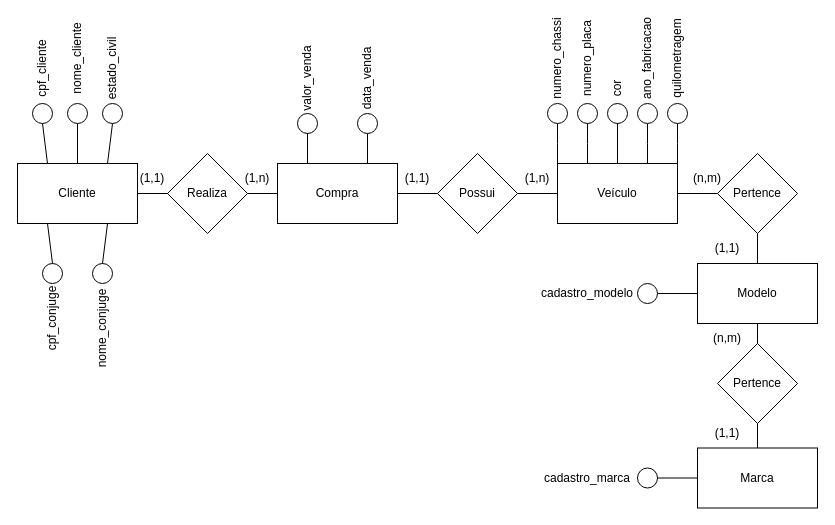
Earlier version of the draw.io diagram Lista2_04-04/Ex1.drawio (andreeeeeeeee/Engenharia_Software). Source tidied: cells renumbered, new cells numbered last; positions are measured from the earlier drawing's top-left corner, leaving out a move shared by most shapes. Both pictures are drawn from the tidied source at 100%, with x=0, y=0 at pixel (12, 43).
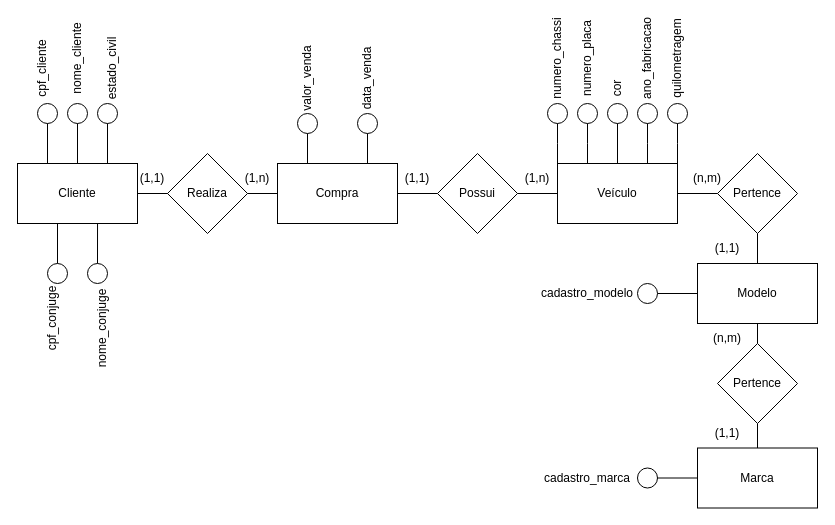
The same page after the edit.

The change refers to these unchanged cells:
```xml
<mxCell id="10" value="Cliente" style="rounded=0;whiteSpace=wrap;html=1;" parent="1" vertex="1">
  <mxGeometry x="5" y="120" width="120" height="60" as="geometry" />
</mxCell>
```

What changed in the source:
```diff
@@
     <mxCell id="46" style="ellipse;whiteSpace=wrap;html=1;" parent="1" vertex="1">
-      <mxGeometry x="20" y="60" width="20" height="20" as="geometry" />
+      <mxGeometry x="25" y="60" width="20" height="20" as="geometry" />
     </mxCell>
@@
     <mxCell id="48" style="ellipse;whiteSpace=wrap;html=1;" parent="1" vertex="1">
-      <mxGeometry x="90" y="60" width="20" height="20" as="geometry" />
+      <mxGeometry x="85" y="60" width="20" height="20" as="geometry" />
     </mxCell>
     <mxCell id="49" style="ellipse;whiteSpace=wrap;html=1;" parent="1" vertex="1">
-      <mxGeometry x="30" y="220" width="20" height="20" as="geometry" />
+      <mxGeometry x="35" y="220" width="20" height="20" as="geometry" />
     </mxCell>
     <mxCell id="50" style="ellipse;whiteSpace=wrap;html=1;" parent="1" vertex="1">
-      <mxGeometry x="80" y="220" width="20" height="20" as="geometry" />
+      <mxGeometry x="75" y="220" width="20" height="20" as="geometry" />
     </mxCell>
@@
-    <mxCell id="54" style="endArrow=none;html=1;rounded=0;entryX=0.25;entryY=1;entryDx=0;entryDy=0;exitX=0.5;exitY=0;exitDx=0;exitDy=0;" parent="1" edge="1" source="49" target="10">
-      <mxGeometry relative="1" as="geometry" />
+    <mxCell id="54" style="endArrow=none;html=1;rounded=0;" parent="1" edge="1" source="49">
+      <mxGeometry relative="1" as="geometry">
+        <mxPoint x="45" y="180" as="targetPoint" />
+      </mxGeometry>
     </mxCell>
-    <mxCell id="55" style="endArrow=none;html=1;rounded=0;entryX=0.75;entryY=1;entryDx=0;entryDy=0;exitX=0.5;exitY=0;exitDx=0;exitDy=0;" parent="1" edge="1" source="50" target="10">
+    <mxCell id="55" style="endArrow=none;html=1;rounded=0;entryX=0.667;entryY=1;entryDx=0;entryDy=0;entryPerimeter=0;" parent="1" edge="1" source="50" target="10">
       <mxGeometry relative="1" as="geometry" />
     </mxCell>
```
